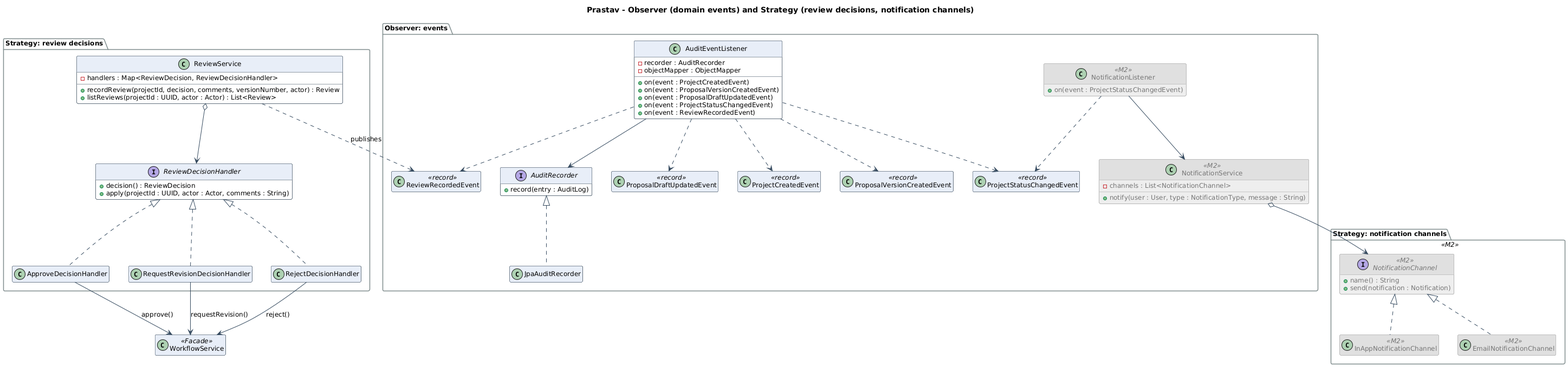
Before: docs/uml/png/12_events_and_strategies.png, a diagram exported from PlantUML (udita-0707/Prastaav).
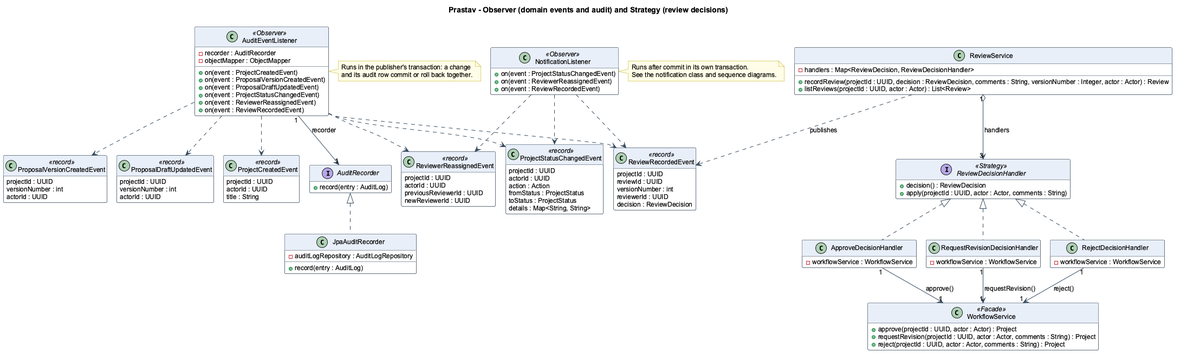
The same file after the commit.

The edit, as a diff of the source:
```diff
@@ -1,83 +1,133 @@
 @startuml 12_events_and_strategies
+!pragma layout smetana
 !include _style.iuml
-title Prastav - Observer (domain events) and Strategy (review decisions, notification channels)
+title Prastav - Observer (domain events and audit) and Strategy (review decisions)
 hide empty members
 
-package "Observer: events" {
-  class ProjectCreatedEvent <<record>>
-  class ProposalVersionCreatedEvent <<record>>
-  class ProposalDraftUpdatedEvent <<record>>
-  class ProjectStatusChangedEvent <<record>>
-  class ReviewRecordedEvent <<record>>
-
-  class AuditEventListener {
-    - recorder : AuditRecorder
-    - objectMapper : ObjectMapper
-    + on(event : ProjectCreatedEvent)
-    + on(event : ProposalVersionCreatedEvent)
-    + on(event : ProposalDraftUpdatedEvent)
-    + on(event : ProjectStatusChangedEvent)
-    + on(event : ReviewRecordedEvent)
-  }
-  interface AuditRecorder {
-    + record(entry : AuditLog)
-  }
-  class JpaAuditRecorder
-  AuditRecorder <|.. JpaAuditRecorder
-  AuditEventListener --> AuditRecorder
-
-  class NotificationListener <<M2>> {
-    + on(event : ProjectStatusChangedEvent)
-  }
-  class NotificationService <<M2>> {
-    - channels : List<NotificationChannel>
-    + notify(user : User, type : NotificationType, message : String)
-  }
-  NotificationListener --> NotificationService
+class ProjectCreatedEvent <<record>> {
+  projectId : UUID
+  actorId : UUID
+  title : String
 }
 
+class ProposalVersionCreatedEvent <<record>> {
+  projectId : UUID
+  versionNumber : int
+  actorId : UUID
+}
+
+class ProposalDraftUpdatedEvent <<record>> {
+  projectId : UUID
+  versionNumber : int
+  actorId : UUID
+}
+
+class ProjectStatusChangedEvent <<record>> {
+  projectId : UUID
+  actorId : UUID
+  action : Action
+  fromStatus : ProjectStatus
+  toStatus : ProjectStatus
+  details : Map<String, String>
+}
+
+class ReviewerReassignedEvent <<record>> {
+  projectId : UUID
+  actorId : UUID
+  previousReviewerId : UUID
+  newReviewerId : UUID
+}
+
+class ReviewRecordedEvent <<record>> {
+  projectId : UUID
+  reviewId : UUID
+  versionNumber : int
+  reviewerId : UUID
+  decision : ReviewDecision
+}
+
+class AuditEventListener <<Observer>> {
+  - recorder : AuditRecorder
+  - objectMapper : ObjectMapper
+  + on(event : ProjectCreatedEvent)
+  + on(event : ProposalVersionCreatedEvent)
+  + on(event : ProposalDraftUpdatedEvent)
+  + on(event : ProjectStatusChangedEvent)
+  + on(event : ReviewerReassignedEvent)
+  + on(event : ReviewRecordedEvent)
+}
+
+interface AuditRecorder {
+  + record(entry : AuditLog)
+}
+
+class JpaAuditRecorder {
+  - auditLogRepository : AuditLogRepository
+  + record(entry : AuditLog)
+}
+
+class NotificationListener <<Observer>> {
+  + on(event : ProjectStatusChangedEvent)
+  + on(event : ReviewerReassignedEvent)
+  + on(event : ReviewRecordedEvent)
+}
+
+interface ReviewDecisionHandler <<Strategy>> {
+  + decision() : ReviewDecision
+  + apply(projectId : UUID, actor : Actor, comments : String)
+}
+
+class ApproveDecisionHandler {
+  - workflowService : WorkflowService
+}
+
+class RequestRevisionDecisionHandler {
+  - workflowService : WorkflowService
+}
+
+class RejectDecisionHandler {
+  - workflowService : WorkflowService
+}
+
+class ReviewService {
+  - handlers : Map<ReviewDecision, ReviewDecisionHandler>
+  + recordReview(projectId : UUID, decision : ReviewDecision, comments : String, versionNumber : Integer, actor : Actor) : Review
+  + listReviews(projectId : UUID, actor : Actor) : List<Review>
+}
+
+class WorkflowService <<Facade>> {
+  + approve(projectId : UUID, actor : Actor) : Project
+  + requestRevision(projectId : UUID, actor : Actor, comments : String) : Project
+  + reject(projectId : UUID, actor : Actor, comments : String) : Project
+}
+
+AuditRecorder <|.. JpaAuditRecorder
+AuditEventListener "1" --> "1" AuditRecorder : recorder
 AuditEventListener ..> ProjectCreatedEvent
 AuditEventListener ..> ProposalVersionCreatedEvent
 AuditEventListener ..> ProposalDraftUpdatedEvent
 AuditEventListener ..> ProjectStatusChangedEvent
+AuditEventListener ..> ReviewerReassignedEvent
 AuditEventListener ..> ReviewRecordedEvent
 NotificationListener ..> ProjectStatusChangedEvent
+NotificationListener ..> ReviewerReassignedEvent
+NotificationListener ..> ReviewRecordedEvent
+ReviewDecisionHandler <|.. ApproveDecisionHandler
+ReviewDecisionHandler <|.. RequestRevisionDecisionHandler
+ReviewDecisionHandler <|.. RejectDecisionHandler
+ReviewService "1" o--> "3" ReviewDecisionHandler : handlers
+ReviewService ..> ReviewRecordedEvent : publishes
+ApproveDecisionHandler "1" --> "1" WorkflowService : approve()
+RequestRevisionDecisionHandler "1" --> "1" WorkflowService : requestRevision()
+RejectDecisionHandler "1" --> "1" WorkflowService : reject()
 
-package "Strategy: review decisions" {
-  interface ReviewDecisionHandler {
-    + decision() : ReviewDecision
-    + apply(projectId : UUID, actor : Actor, comments : String)
-  }
-  class ApproveDecisionHandler
-  class RequestRevisionDecisionHandler
-  class RejectDecisionHandler
-  ReviewDecisionHandler <|.. ApproveDecisionHandler
-  ReviewDecisionHandler <|.. RequestRevisionDecisionHandler
-  ReviewDecisionHandler <|.. RejectDecisionHandler
+note right of AuditEventListener
+  Runs in the publisher's transaction: a change
+  and its audit row commit or roll back together.
+end note
 
-  class ReviewService {
-    - handlers : Map<ReviewDecision, ReviewDecisionHandler>
-    + recordReview(projectId, decision, comments, versionNumber, actor) : Review
-    + listReviews(projectId : UUID, actor : Actor) : List<Review>
-  }
-  ReviewService o--> ReviewDecisionHandler
-}
-
-class WorkflowService <<Facade>>
-ApproveDecisionHandler --> WorkflowService : approve()
-RequestRevisionDecisionHandler --> WorkflowService : requestRevision()
-RejectDecisionHandler --> WorkflowService : reject()
-ReviewService ..> ReviewRecordedEvent : publishes
-
-package "Strategy: notification channels" <<M2>> {
-  interface NotificationChannel <<M2>> {
-    + name() : String
-    + send(notification : Notification)
-  }
-  class InAppNotificationChannel <<M2>>
-  class EmailNotificationChannel <<M2>>
-  NotificationChannel <|.. InAppNotificationChannel
-  NotificationChannel <|.. EmailNotificationChannel
-}
-NotificationService o--> NotificationChannel
+note right of NotificationListener
+  Runs after commit in its own transaction.
+  See the notification class and sequence diagrams.
+end note
 @enduml
```
